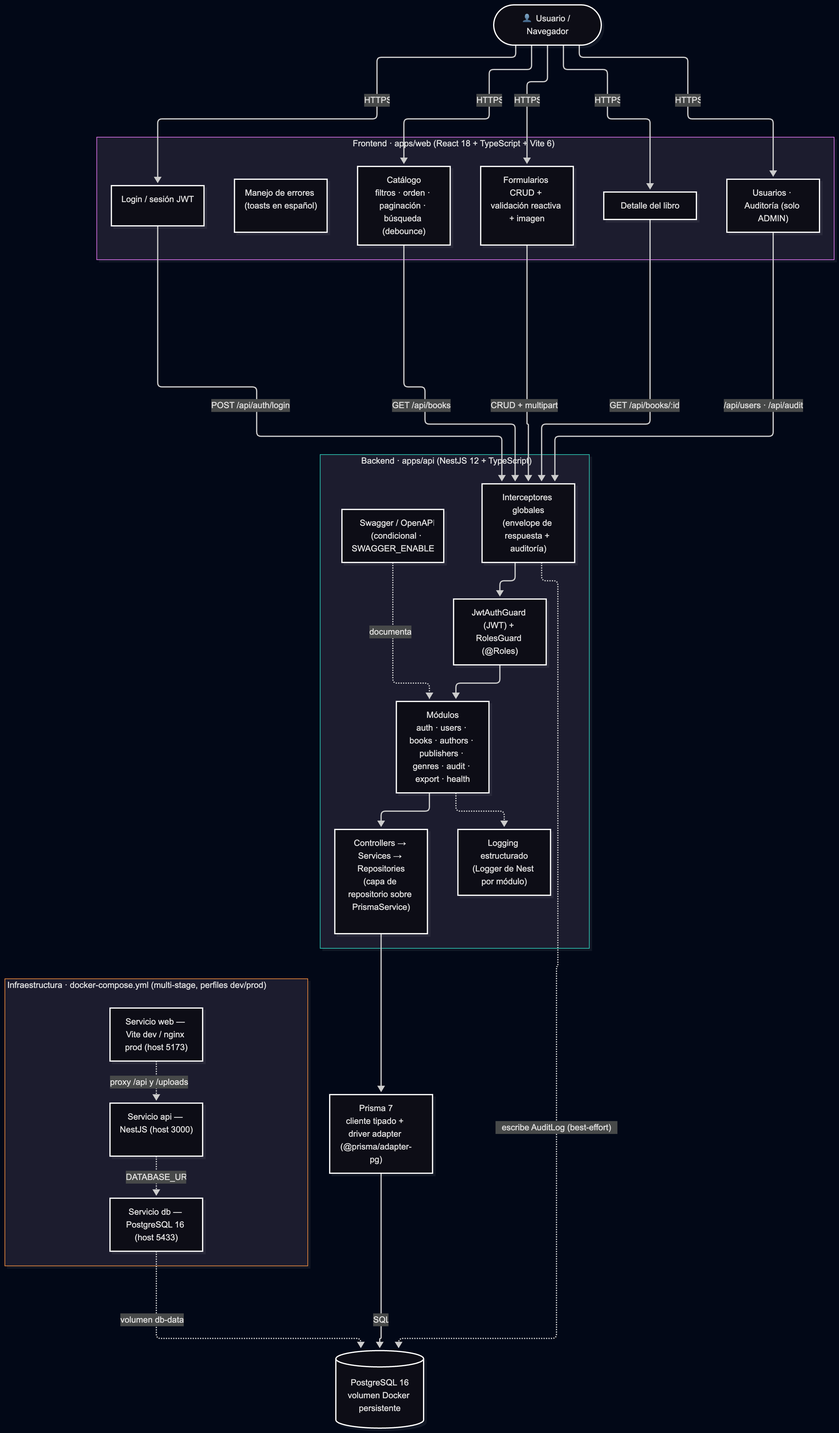
The Mermaid diagram docs/diagrams/architecture.png in jpsepulvedaf/cmpc-books, before a commit. Its source is kept beside it as docs/diagrams/architecture.mmd. The source it was exported from:
```mermaid
flowchart TD
    USR(["👤 Usuario / Navegador"])

    subgraph FE["Frontend · apps/web (React 18 + TypeScript + Vite 6)"]
        LOGIN["Login / sesión JWT"]
        CATALOG["Catálogo<br/>filtros · orden · paginación · búsqueda (debounce)"]
        FORM["Formularios CRUD + validación reactiva + imagen"]
        DETAIL["Detalle del libro"]
        ADMINUI["Usuarios · Auditoría (solo ADMIN)"]
        ERRUI["Manejo de errores (toasts en español)"]
    end

    subgraph BE["Backend · apps/api (NestJS 12 + TypeScript)"]
        GATE["Interceptores globales<br/>(envelope de respuesta + auditoría)"]
        GUARDS["JwtAuthGuard (JWT) + RolesGuard (@Roles)"]
        MODS["Módulos<br/>auth · users · books · authors · publishers · genres · audit · export · health"]
        ROUTE["Controllers → Services → Repositories<br/>(capa de repositorio sobre PrismaService)"]
        SWAGGER["Swagger / OpenAPI<br/>(condicional · SWAGGER_ENABLED)"]
        LOGGER["Logging estructurado<br/>(Logger de Nest por módulo)"]
    end

    PRISMA["Prisma 7<br/>cliente tipado + driver adapter (@prisma/adapter-pg)"]
    DB[("PostgreSQL 16<br/>volumen Docker persistente")]

    USR -->|HTTPS| LOGIN
    USR -->|HTTPS| CATALOG
    USR -->|HTTPS| FORM
    USR -->|HTTPS| DETAIL
    USR -->|HTTPS| ADMINUI

    LOGIN -->|POST /api/auth/login| GATE
    CATALOG -->|GET /api/books| GATE
    FORM -->|CRUD + multipart| GATE
    DETAIL -->|GET /api/books/:id| GATE
    ADMINUI -->|/api/users · /api/audit| GATE

    GATE --> GUARDS
    GUARDS --> MODS
    MODS --> ROUTE
    ROUTE --> PRISMA
    PRISMA -->|SQL| DB

    GATE -.->|"escribe AuditLog (best-effort)"| DB
    MODS -.-> LOGGER

    SWAGGER -.->|"documenta"| MODS

    subgraph DOCKER["Infraestructura · docker-compose.yml (multi-stage, perfiles dev/prod)"]
        SVC_DB["Servicio db — PostgreSQL 16 (host 5433)"]
        SVC_API["Servicio api — NestJS (host 3000)"]
        SVC_WEB["Servicio web — Vite dev / nginx prod (host 5173)"]
    end

    SVC_WEB -.->|"proxy /api y /uploads"| SVC_API
    SVC_API -.->|"DATABASE_URL"| SVC_DB
    SVC_DB -.->|"volumen db-data"| DB

```
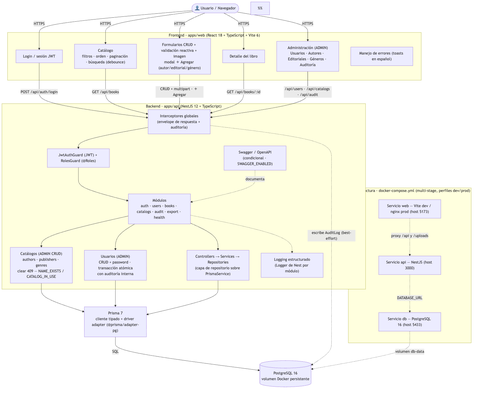
Later version of the same file.

Commit message:
docs: sync architecture diagram (catalog CRUD, inline add modal, transactional users), modules tree, features list, ADR-13 and test counts

Diff of the diagram source:
```diff
@@ -4,16 +4,18 @@
     subgraph FE["Frontend · apps/web (React 18 + TypeScript + Vite 6)"]
         LOGIN["Login / sesión JWT"]
         CATALOG["Catálogo<br/>filtros · orden · paginación · búsqueda (debounce)"]
-        FORM["Formularios CRUD + validación reactiva + imagen"]
+        FORM["Formularios CRUD + validación reactiva + imagen<br/>modal ＋ Agregar (autor/editorial/género)"]
         DETAIL["Detalle del libro"]
-        ADMINUI["Usuarios · Auditoría (solo ADMIN)"]
+        ADMINUI["Administración (ADMIN)<br/>Usuarios · Autores · Editoriales · Géneros · Auditoría"]
         ERRUI["Manejo de errores (toasts en español)"]
     end
 
     subgraph BE["Backend · apps/api (NestJS 12 + TypeScript)"]
         GATE["Interceptores globales<br/>(envelope de respuesta + auditoría)"]
         GUARDS["JwtAuthGuard (JWT) + RolesGuard (@Roles)"]
-        MODS["Módulos<br/>auth · users · books · authors · publishers · genres · audit · export · health"]
+        MODS["Módulos<br/>auth · users · books · catalogs · audit · export · health"]
+        CRUD_CATALOGS["Catálogos (ADMIN CRUD)<br/>authors · publishers · genres<br/>clear 409 — NAME_EXISTS / CATALOG_IN_USE"]
+        TX_USERS["Usuarios (ADMIN)<br/>CRUD + password · transacción atómica<br/>con auditoría interna"]
         ROUTE["Controllers → Services → Repositories<br/>(capa de repositorio sobre PrismaService)"]
         SWAGGER["Swagger / OpenAPI<br/>(condicional · SWAGGER_ENABLED)"]
         LOGGER["Logging estructurado<br/>(Logger de Nest por módulo)"]
@@ -30,13 +32,17 @@
 
     LOGIN -->|POST /api/auth/login| GATE
     CATALOG -->|GET /api/books| GATE
-    FORM -->|CRUD + multipart| GATE
+    FORM -->|CRUD + multipart · ＋ Agregar| GATE
     DETAIL -->|GET /api/books/:id| GATE
-    ADMINUI -->|/api/users · /api/audit| GATE
+    ADMINUI -->|/api/users · /api/catalogs · /api/audit| GATE
 
     GATE --> GUARDS
     GUARDS --> MODS
+    MODS --> CRUD_CATALOGS
+    MODS --> TX_USERS
     MODS --> ROUTE
+    CRUD_CATALOGS --> PRISMA
+    TX_USERS --> PRISMA
     ROUTE --> PRISMA
     PRISMA -->|SQL| DB
 
```
